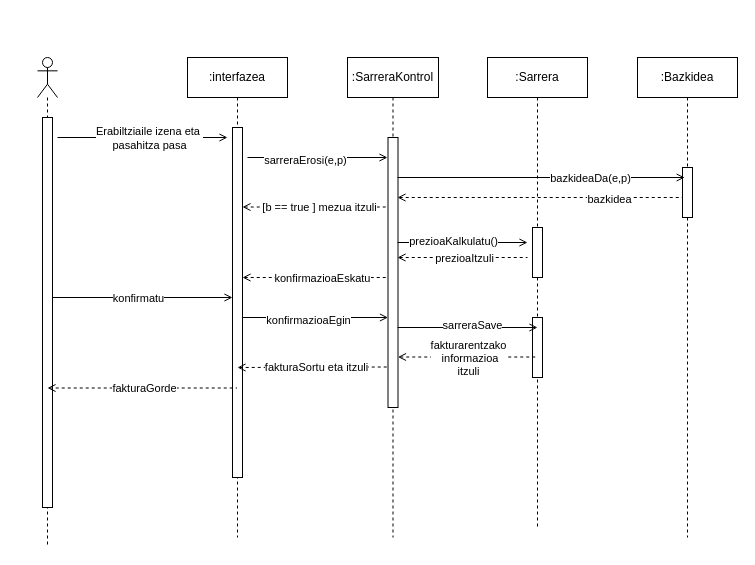
iguisado228/3Erronka keeps this draw.io diagram as JAVA/Diagramak/J_SekuentziaDiagrama1.drawio. Above is the earlier version. Source tidied: cells renumbered, new cells numbered last; positions are measured from the earlier drawing's top-left corner, leaving out a move shared by most shapes. Both pictures are drawn from the tidied source at 100%, with x=0, y=0 at pixel (37, 57).
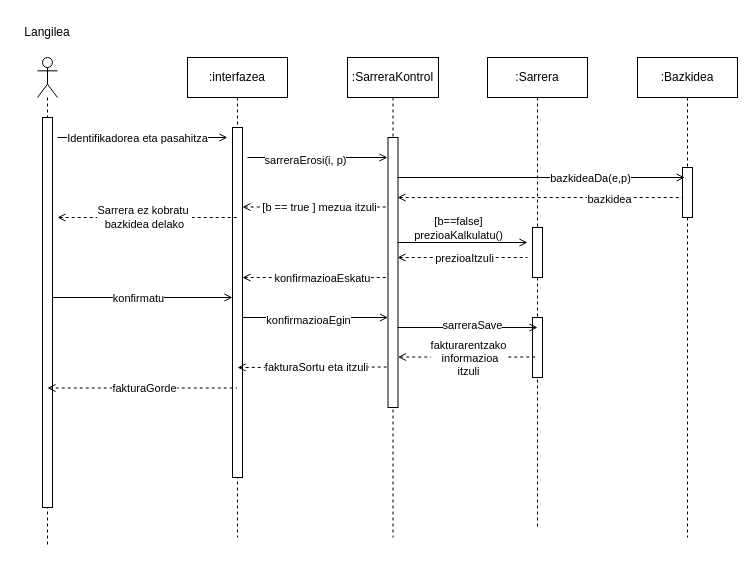
After the change.

Commit message (it also covers changes not shown here):
Diagrametan aldaketa batzuk

The change refers to these unchanged cells:
```xml
<mxCell id="11" style="endArrow=open;html=1;rounded=0;endFill=0;" parent="1" edge="1">
  <mxGeometry relative="1" as="geometry">
    <mxPoint x="20" y="80" as="sourcePoint" />
    <mxPoint x="190" y="80" as="targetPoint" />
  </mxGeometry>
</mxCell>
<mxCell id="13" style="endArrow=open;html=1;rounded=0;endFill=0;" parent="1" edge="1">
  <mxGeometry relative="1" as="geometry">
    <mxPoint x="210" y="100" as="sourcePoint" />
    <mxPoint x="350" y="100" as="targetPoint" />
  </mxGeometry>
</mxCell>
<mxCell id="23" style="endArrow=open;html=1;rounded=0;endFill=0;" parent="1" edge="1">
  <mxGeometry relative="1" as="geometry">
    <mxPoint x="360" y="185" as="sourcePoint" />
    <mxPoint x="490" y="185" as="targetPoint" />
  </mxGeometry>
</mxCell>
```

What changed in the source:
```diff
@@
-    <mxCell id="12" value="Erabiltziaile izena eta&amp;nbsp;&lt;div&gt;pasahitza pasa&lt;/div&gt;" style="edgeLabel;html=1;align=center;verticalAlign=middle;" parent="11" vertex="1">
+    <mxCell id="12" value="Identifikadorea eta pasahitza" style="edgeLabel;html=1;align=center;verticalAlign=middle;" parent="11" vertex="1">
       <mxGeometry x="-0.23" relative="1" as="geometry">
-        <mxPoint x="26" as="offset" />
+        <mxPoint x="14" as="offset" />
       </mxGeometry>
     </mxCell>
@@
-    <mxCell id="14" value="sarreraErosi(e,p)" style="edgeLabel;html=1;align=center;verticalAlign=middle;" parent="13" vertex="1">
+    <mxCell id="14" value="sarreraErosi(i, p)" style="edgeLabel;html=1;align=center;verticalAlign=middle;" parent="13" vertex="1">
       <mxGeometry x="-0.19" y="-2" relative="1" as="geometry" />
     </mxCell>
@@
-    <mxCell id="24" value="prezioaKalkulatu()" style="edgeLabel;html=1;align=center;verticalAlign=middle;" parent="23" vertex="1">
-      <mxGeometry x="-0.15" y="2" relative="1" as="geometry" />
+    <mxCell id="24" value="&lt;div&gt;[b==false]&lt;/div&gt;prezioaKalkulatu()" style="edgeLabel;html=1;align=center;verticalAlign=middle;" parent="23" vertex="1">
+      <mxGeometry x="-0.15" y="2" relative="1" as="geometry">
+        <mxPoint x="5" y="-13" as="offset" />
+      </mxGeometry>
     </mxCell>
@@
+    <mxCell id="41" value="Langilea" style="text;html=1;align=center;verticalAlign=middle;whiteSpace=wrap;rounded=0;" parent="1" vertex="1">
+      <mxGeometry x="-20" y="-40" width="60" height="30" as="geometry" />
+    </mxCell>
+    <mxCell id="42" style="endArrow=none;dashed=1;html=1;rounded=0;startArrow=open;startFill=0;" parent="1" edge="1">
+      <mxGeometry relative="1" as="geometry">
+        <mxPoint x="20" y="160" as="sourcePoint" />
+        <mxPoint x="199.5" y="160" as="targetPoint" />
+        <Array as="points">
+          <mxPoint x="50" y="160" />
+        </Array>
+      </mxGeometry>
+    </mxCell>
+    <mxCell id="43" value="Sarrera ez kobratu&amp;nbsp;&lt;div&gt;bazkidea delako&lt;/div&gt;" style="edgeLabel;html=1;align=center;verticalAlign=middle;" parent="42" vertex="1">
+      <mxGeometry x="-0.04" y="1" relative="1" as="geometry" />
+    </mxCell>
```
